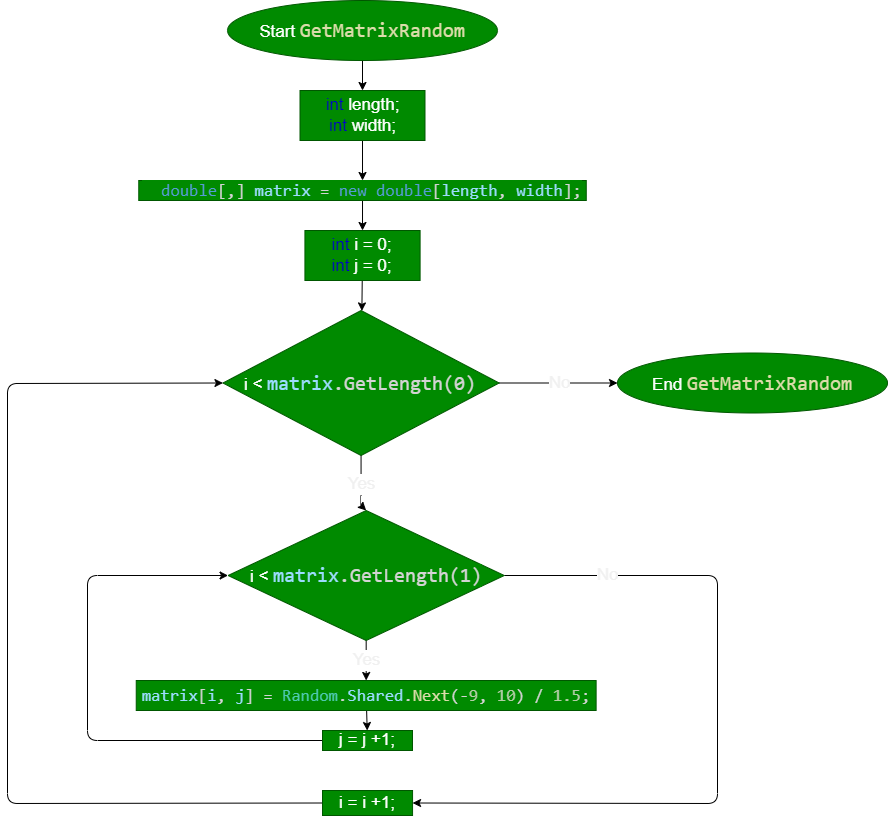
Above: ArrayTwoDimensional/Task1_Matrix_with_Random_Numbers/diagram.drawio.png in SergeyPochikaev/HomeWork (draw.io), before the change. Source tidied: cells renumbered, new cells last; positions are measured from the earlier drawing's top-left corner, leaving out a move shared by most shapes. The source it was exported from:
```xml
<mxGraphModel>
  <root>
    <mxCell id="0" />
    <mxCell id="1" parent="0" />
    <mxCell id="2" style="edgeStyle=none;html=1;fontSize=17;" parent="1" edge="1" source="3" target="5">
      <mxGeometry relative="1" as="geometry" />
    </mxCell>
    <mxCell id="3" value="Start&amp;nbsp;&lt;span style=&quot;color: rgb(220, 220, 170); font-family: Consolas, &amp;quot;Courier New&amp;quot;, monospace; font-size: 20px; background-color: rgb(0, 138, 0);&quot;&gt;GetMatrixRandom&lt;/span&gt;" style="ellipse;whiteSpace=wrap;html=1;fillColor=#008a00;fontColor=#ffffff;strokeColor=#005700;fontSize=17;" parent="1" vertex="1">
      <mxGeometry x="220" width="270" height="60" as="geometry" />
    </mxCell>
    <mxCell id="4" style="edgeStyle=none;html=1;fontSize=17;fontColor=#0000CC;" parent="1" edge="1" source="5" target="7">
      <mxGeometry relative="1" as="geometry" />
    </mxCell>
    <mxCell id="5" value="&lt;font color=&quot;#0000cc&quot;&gt;int &lt;/font&gt;length;&lt;br&gt;&lt;font color=&quot;#0000cc&quot;&gt;int &lt;/font&gt;width;" style="whiteSpace=wrap;html=1;fontSize=17;fillColor=#008a00;strokeColor=#005700;fontColor=#ffffff;" parent="1" vertex="1">
      <mxGeometry x="292.5" y="90" width="125" height="50" as="geometry" />
    </mxCell>
    <mxCell id="6" style="edgeStyle=none;html=1;fontSize=17;fontColor=#0000CC;" parent="1" edge="1" source="7" target="9">
      <mxGeometry relative="1" as="geometry" />
    </mxCell>
    <mxCell id="7" value="&lt;div style=&quot;color: rgb(212, 212, 212); font-family: Consolas, &amp;quot;Courier New&amp;quot;, monospace; font-size: 20px; line-height: 27px;&quot;&gt;&lt;div style=&quot;font-size: 17px;&quot;&gt;&lt;span style=&quot;background-color: rgb(0, 138, 0);&quot;&gt;&amp;nbsp; &lt;span style=&quot;color: rgb(86, 156, 214);&quot;&gt;double&lt;/span&gt;[,] &lt;span style=&quot;color: rgb(156, 220, 254);&quot;&gt;matrix&lt;/span&gt; = &lt;span style=&quot;color: rgb(86, 156, 214);&quot;&gt;new&lt;/span&gt; &lt;span style=&quot;color: rgb(86, 156, 214);&quot;&gt;double&lt;/span&gt;[&lt;span style=&quot;color: rgb(156, 220, 254);&quot;&gt;length&lt;/span&gt;, &lt;span style=&quot;color: rgb(156, 220, 254);&quot;&gt;width&lt;/span&gt;];&lt;/span&gt;&lt;/div&gt;&lt;div style=&quot;background-color: rgb(30, 30, 30);&quot;&gt;&lt;/div&gt;&lt;/div&gt;" style="whiteSpace=wrap;html=1;fontSize=17;fillColor=#008a00;strokeColor=#005700;fontColor=#ffffff;" parent="1" vertex="1">
      <mxGeometry x="131.3" y="180" width="447.5" height="20" as="geometry" />
    </mxCell>
    <mxCell id="8" style="edgeStyle=none;html=1;fontSize=17;fontColor=#0000CC;" parent="1" edge="1" source="9" target="12">
      <mxGeometry relative="1" as="geometry" />
    </mxCell>
    <mxCell id="9" value="&lt;font color=&quot;#0000cc&quot;&gt;int&amp;nbsp;&lt;/font&gt;i = 0;&lt;br&gt;&lt;font color=&quot;#0000cc&quot;&gt;int&amp;nbsp;&lt;/font&gt;j = 0;" style="whiteSpace=wrap;html=1;fontSize=17;fillColor=#008a00;strokeColor=#005700;fontColor=#ffffff;" parent="1" vertex="1">
      <mxGeometry x="297.4" y="230" width="115.2" height="50" as="geometry" />
    </mxCell>
    <mxCell id="10" value="&lt;font color=&quot;#f0f0f0&quot;&gt;Yes&lt;/font&gt;" style="edgeStyle=none;html=1;fontSize=17;fontColor=#0000CC;entryX=0.5;entryY=0;entryDx=0;entryDy=0;" parent="1" edge="1" source="12" target="15">
      <mxGeometry relative="1" as="geometry">
        <Array as="points">
          <mxPoint x="353.6" y="505" />
        </Array>
      </mxGeometry>
    </mxCell>
    <mxCell id="11" value="No" style="edgeStyle=none;html=1;fontSize=17;fontColor=#F0F0F0;" parent="1" edge="1" source="12" target="22">
      <mxGeometry relative="1" as="geometry" />
    </mxCell>
    <mxCell id="12" value="i &amp;lt;&amp;nbsp;&lt;span style=&quot;font-family: Consolas, &amp;quot;Courier New&amp;quot;, monospace; font-size: 20px; color: rgb(156, 220, 254);&quot;&gt;matrix&lt;/span&gt;&lt;span style=&quot;color: rgb(212, 212, 212); font-family: Consolas, &amp;quot;Courier New&amp;quot;, monospace; font-size: 20px; background-color: rgb(0, 138, 0);&quot;&gt;.GetLength(0)&lt;/span&gt;" style="rhombus;whiteSpace=wrap;html=1;fontSize=17;fillColor=#008a00;strokeColor=#005700;fontColor=#ffffff;" parent="1" vertex="1">
      <mxGeometry x="215.4" y="310" width="276.2" height="145" as="geometry" />
    </mxCell>
    <mxCell id="13" value="Yes" style="edgeStyle=none;html=1;fontSize=17;fontColor=#F0F0F0;" parent="1" edge="1" source="15" target="17">
      <mxGeometry relative="1" as="geometry" />
    </mxCell>
    <mxCell id="14" value="No" style="edgeStyle=none;html=1;entryX=1;entryY=0.5;entryDx=0;entryDy=0;fontSize=17;fontColor=#F0F0F0;exitX=1;exitY=0.5;exitDx=0;exitDy=0;" parent="1" edge="1" source="15" target="19">
      <mxGeometry x="-0.72" relative="1" as="geometry">
        <Array as="points">
          <mxPoint x="710" y="575" />
          <mxPoint x="710" y="803" />
        </Array>
      </mxGeometry>
    </mxCell>
    <mxCell id="15" value="i &amp;lt;&amp;nbsp;&lt;span style=&quot;font-family: Consolas, &amp;quot;Courier New&amp;quot;, monospace; font-size: 20px; color: rgb(156, 220, 254);&quot;&gt;matrix&lt;/span&gt;&lt;span style=&quot;color: rgb(212, 212, 212); font-family: Consolas, &amp;quot;Courier New&amp;quot;, monospace; font-size: 20px; background-color: rgb(0, 138, 0);&quot;&gt;.GetLength(1)&lt;/span&gt;" style="rhombus;whiteSpace=wrap;html=1;fontSize=17;fillColor=#008a00;strokeColor=#005700;fontColor=#ffffff;" parent="1" vertex="1">
      <mxGeometry x="220.6" y="510" width="276.2" height="130" as="geometry" />
    </mxCell>
    <mxCell id="16" style="edgeStyle=none;html=1;fontSize=17;fontColor=#F0F0F0;" parent="1" edge="1" source="17" target="21">
      <mxGeometry relative="1" as="geometry" />
    </mxCell>
    <mxCell id="17" value="&lt;div style=&quot;color: rgb(212, 212, 212); font-family: Consolas, &amp;quot;Courier New&amp;quot;, monospace; line-height: 27px;&quot;&gt;&lt;span style=&quot;background-color: rgb(0, 138, 0);&quot;&gt;&lt;span style=&quot;color: rgb(156, 220, 254);&quot;&gt;matrix&lt;/span&gt;[&lt;span style=&quot;color: rgb(156, 220, 254);&quot;&gt;i&lt;/span&gt;, &lt;span style=&quot;color: rgb(156, 220, 254);&quot;&gt;j&lt;/span&gt;] = &lt;span style=&quot;color: rgb(78, 201, 176);&quot;&gt;Random&lt;/span&gt;.&lt;span style=&quot;color: rgb(156, 220, 254);&quot;&gt;Shared&lt;/span&gt;.&lt;span style=&quot;color: rgb(220, 220, 170);&quot;&gt;Next&lt;/span&gt;(-&lt;span style=&quot;color: rgb(181, 206, 168);&quot;&gt;9&lt;/span&gt;, &lt;span style=&quot;color: rgb(181, 206, 168);&quot;&gt;10&lt;/span&gt;) / &lt;span style=&quot;color: rgb(181, 206, 168);&quot;&gt;1.5&lt;/span&gt;;&lt;/span&gt;&lt;/div&gt;" style="whiteSpace=wrap;html=1;fontSize=17;fillColor=#008a00;strokeColor=#005700;fontColor=#ffffff;" parent="1" vertex="1">
      <mxGeometry x="128.7" y="680" width="459.9" height="30" as="geometry" />
    </mxCell>
    <mxCell id="18" style="edgeStyle=none;html=1;entryX=0;entryY=0.5;entryDx=0;entryDy=0;fontSize=17;fontColor=#F0F0F0;exitX=0;exitY=0.5;exitDx=0;exitDy=0;" parent="1" edge="1" source="19" target="12">
      <mxGeometry relative="1" as="geometry">
        <Array as="points">
          <mxPoint y="803" />
          <mxPoint y="383" />
        </Array>
      </mxGeometry>
    </mxCell>
    <mxCell id="19" value="i = i +1;" style="whiteSpace=wrap;html=1;fontSize=17;fillColor=#008a00;strokeColor=#005700;fontColor=#ffffff;" parent="1" vertex="1">
      <mxGeometry x="315" y="790" width="90.1" height="25" as="geometry" />
    </mxCell>
    <mxCell id="20" style="edgeStyle=none;html=1;entryX=0;entryY=0.5;entryDx=0;entryDy=0;fontSize=17;fontColor=#F0F0F0;" parent="1" edge="1" source="21" target="15">
      <mxGeometry relative="1" as="geometry">
        <Array as="points">
          <mxPoint x="80" y="740" />
          <mxPoint x="80" y="575" />
        </Array>
      </mxGeometry>
    </mxCell>
    <mxCell id="21" value="j = j +1;" style="whiteSpace=wrap;html=1;fontSize=17;fillColor=#008a00;strokeColor=#005700;fontColor=#ffffff;" parent="1" vertex="1">
      <mxGeometry x="315" y="730" width="90" height="20" as="geometry" />
    </mxCell>
    <mxCell id="22" value="End&amp;nbsp;&lt;span style=&quot;color: rgb(220, 220, 170); font-family: Consolas, &amp;quot;Courier New&amp;quot;, monospace; font-size: 20px; background-color: rgb(0, 138, 0);&quot;&gt;GetMatrixRandom&lt;/span&gt;" style="ellipse;whiteSpace=wrap;html=1;fillColor=#008a00;fontColor=#ffffff;strokeColor=#005700;fontSize=17;" parent="1" vertex="1">
      <mxGeometry x="610" y="352.5" width="270" height="60" as="geometry" />
    </mxCell>
  </root>
</mxGraphModel>
```
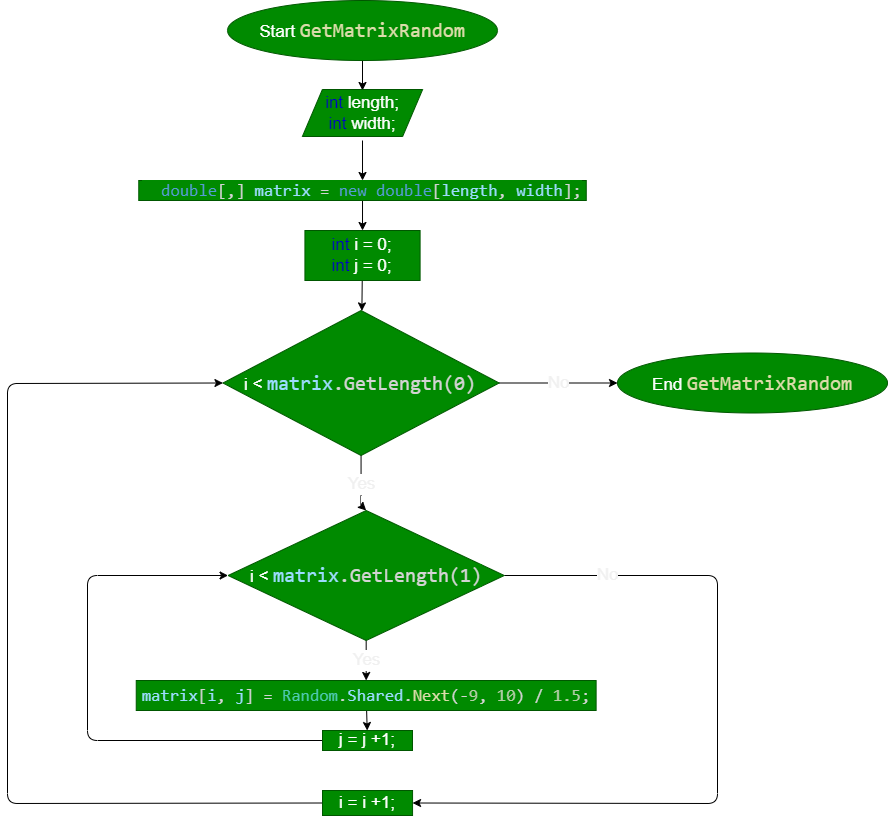
The same file after the commit.

What changed in the source:
```diff
@@ -2,18 +2,19 @@
   <root>
     <mxCell id="0" />
     <mxCell id="1" parent="0" />
-    <mxCell id="2" style="edgeStyle=none;html=1;fontSize=17;" parent="1" edge="1" source="3" target="5">
-      <mxGeometry relative="1" as="geometry" />
+    <mxCell id="2" style="edgeStyle=none;html=1;fontSize=17;" parent="1" edge="1" source="3">
+      <mxGeometry relative="1" as="geometry">
+        <mxPoint x="355" y="90" as="targetPoint" />
+      </mxGeometry>
     </mxCell>
     <mxCell id="3" value="Start&amp;nbsp;&lt;span style=&quot;color: rgb(220, 220, 170); font-family: Consolas, &amp;quot;Courier New&amp;quot;, monospace; font-size: 20px; background-color: rgb(0, 138, 0);&quot;&gt;GetMatrixRandom&lt;/span&gt;" style="ellipse;whiteSpace=wrap;html=1;fillColor=#008a00;fontColor=#ffffff;strokeColor=#005700;fontSize=17;" parent="1" vertex="1">
       <mxGeometry x="220" width="270" height="60" as="geometry" />
     </mxCell>
-    <mxCell id="4" style="edgeStyle=none;html=1;fontSize=17;fontColor=#0000CC;" parent="1" edge="1" source="5" target="7">
-      <mxGeometry relative="1" as="geometry" />
+    <mxCell id="4" style="edgeStyle=none;html=1;fontSize=17;fontColor=#0000CC;" parent="1" edge="1" target="7">
+      <mxGeometry relative="1" as="geometry">
+        <mxPoint x="355" y="140" as="sourcePoint" />
+      </mxGeometry>
     </mxCell>
-    <mxCell id="5" value="&lt;font color=&quot;#0000cc&quot;&gt;int &lt;/font&gt;length;&lt;br&gt;&lt;font color=&quot;#0000cc&quot;&gt;int &lt;/font&gt;width;" style="whiteSpace=wrap;html=1;fontSize=17;fillColor=#008a00;strokeColor=#005700;fontColor=#ffffff;" parent="1" vertex="1">
-      <mxGeometry x="292.5" y="90" width="125" height="50" as="geometry" />
-    </mxCell>
     <mxCell id="6" style="edgeStyle=none;html=1;fontSize=17;fontColor=#0000CC;" parent="1" edge="1" source="7" target="9">
       <mxGeometry relative="1" as="geometry" />
     </mxCell>
@@ -84,5 +85,8 @@
     <mxCell id="22" value="End&amp;nbsp;&lt;span style=&quot;color: rgb(220, 220, 170); font-family: Consolas, &amp;quot;Courier New&amp;quot;, monospace; font-size: 20px; background-color: rgb(0, 138, 0);&quot;&gt;GetMatrixRandom&lt;/span&gt;" style="ellipse;whiteSpace=wrap;html=1;fillColor=#008a00;fontColor=#ffffff;strokeColor=#005700;fontSize=17;" parent="1" vertex="1">
       <mxGeometry x="610" y="352.5" width="270" height="60" as="geometry" />
     </mxCell>
+    <mxCell id="5" value="&lt;font color=&quot;#0000cc&quot;&gt;int&amp;nbsp;&lt;/font&gt;length;&lt;br&gt;&lt;font color=&quot;#0000cc&quot;&gt;int&amp;nbsp;&lt;/font&gt;width;" style="shape=parallelogram;perimeter=parallelogramPerimeter;whiteSpace=wrap;html=1;fixedSize=1;fillColor=#008a00;fontColor=#ffffff;strokeColor=#005700;fontSize=17;" parent="1" vertex="1">
+      <mxGeometry x="294.9" y="89" width="120.2" height="47" as="geometry" />
+    </mxCell>
   </root>
 </mxGraphModel>
```
